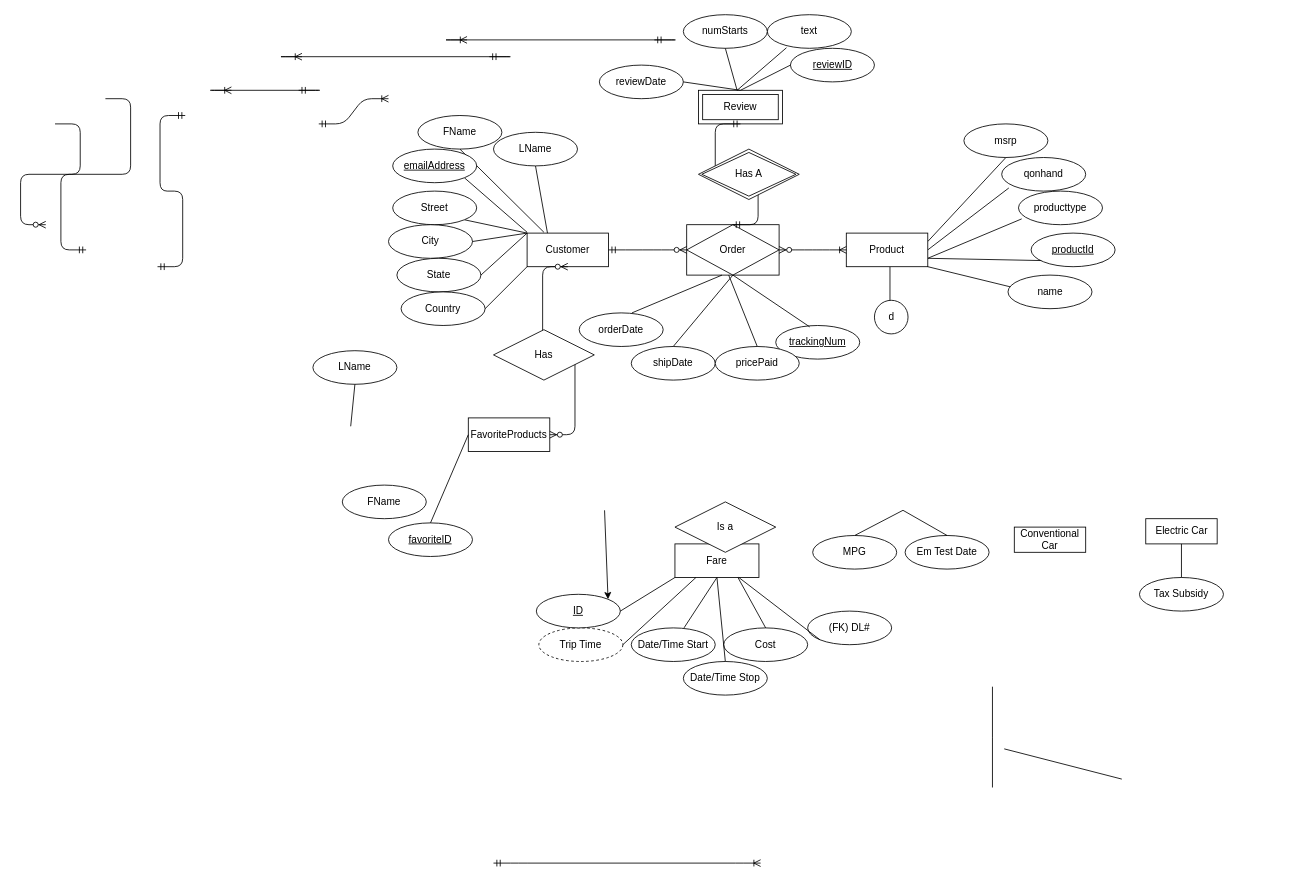
The draw.io diagram Quiz1_ERD.drawio in greermp/7212, before the edit. Source tidied: cells renumbered, new cells numbered last; positions are measured from the earlier drawing's top-left corner, leaving out a move shared by most shapes. Both pictures are drawn from the tidied source at 84%, with x=0, y=0 at pixel (45, 14).
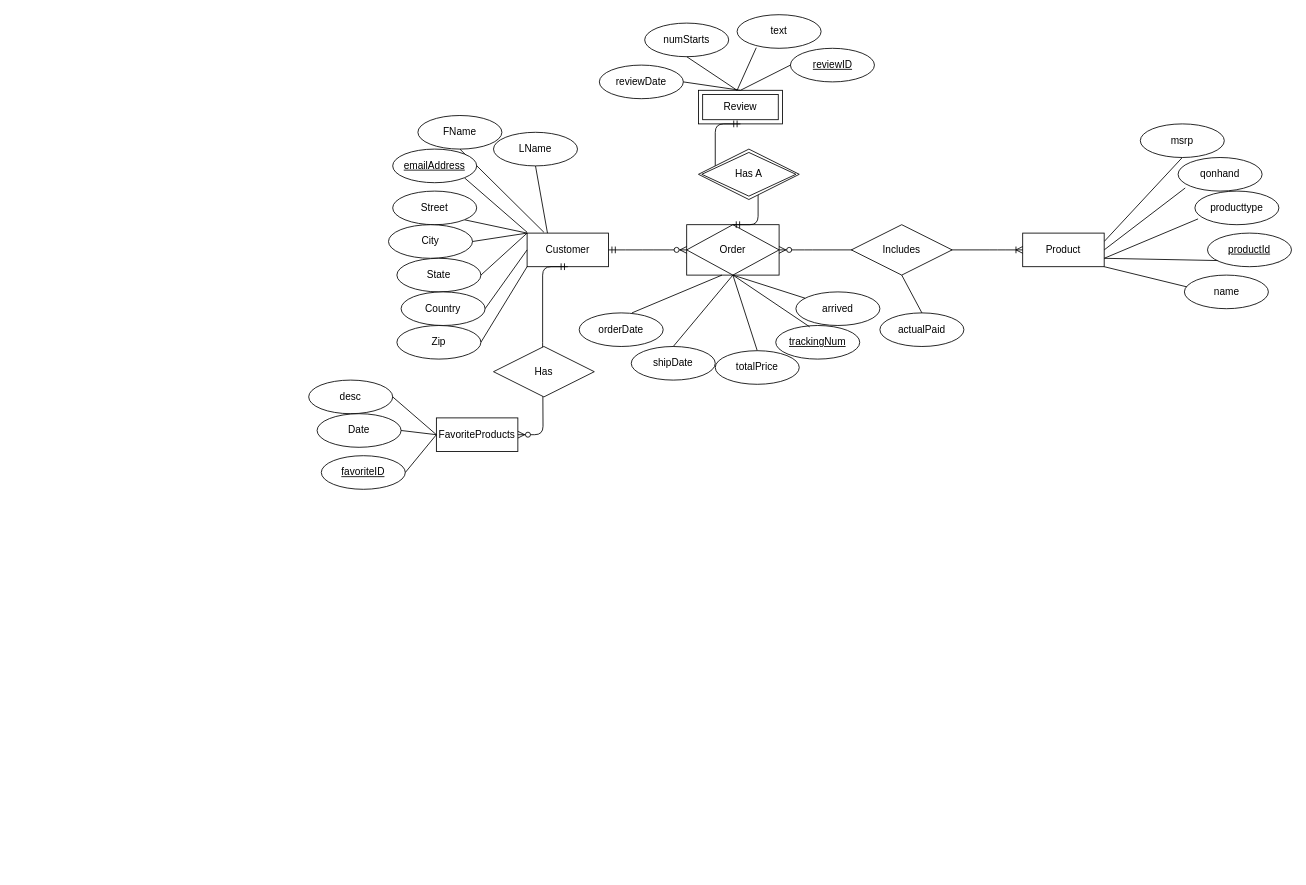
After the change.

Unchanged cells that the change refers to:
```xml
<mxCell id="18" value="Customer" style="whiteSpace=wrap;html=1;align=center;" parent="1" vertex="1">
  <mxGeometry x="573" y="260" width="97" height="40" as="geometry" />
</mxCell>
<mxCell id="51" value="Order" style="shape=associativeEntity;whiteSpace=wrap;html=1;align=center;" parent="1" vertex="1">
  <mxGeometry x="763" y="250" width="110" height="60" as="geometry" />
</mxCell>
<mxCell id="71" value="Country" style="ellipse;whiteSpace=wrap;html=1;align=center;" parent="1" vertex="1">
  <mxGeometry x="423" y="330" width="100" height="40" as="geometry" />
</mxCell>
```

Change to the diagram source:
```diff
@@
-    <mxCell id="3" value="Conventional Car" style="whiteSpace=wrap;html=1;align=center;" parent="1" vertex="1">
-      <mxGeometry x="1153" y="610" width="85" height="30" as="geometry" />
-    </mxCell>
-    <mxCell id="4" value="MPG" style="ellipse;whiteSpace=wrap;html=1;align=center;" parent="1" vertex="1">
-      <mxGeometry x="913" y="620" width="100" height="40" as="geometry" />
+    <mxCell id="4" value="actualPaid" style="ellipse;whiteSpace=wrap;html=1;align=center;" parent="1" vertex="1">
+      <mxGeometry x="993" y="355" width="100" height="40" as="geometry" />
     </mxCell>
-    <mxCell id="5" style="endArrow=none;html=1;entryX=0.5;entryY=1;entryDx=0;entryDy=0;exitX=0.5;exitY=0;exitDx=0;exitDy=0;" parent="1" edge="1" source="4">
-      <mxGeometry relative="1" as="geometry">
-        <mxPoint x="1020.5" y="590" as="targetPoint" />
-      </mxGeometry>
+    <mxCell id="5" style="endArrow=none;html=1;entryX=0.5;entryY=1;entryDx=0;entryDy=0;exitX=0.5;exitY=0;exitDx=0;exitDy=0;" parent="1" edge="1" source="4" target="97">
+      <mxGeometry relative="1" as="geometry" />
     </mxCell>
@@
     <mxCell id="8" style="endArrow=none;html=1;rounded=0;entryX=0.085;entryY=0.907;entryDx=0;entryDy=0;entryPerimeter=0;" parent="1" edge="1" target="12">
       <mxGeometry relative="1" as="geometry">
-        <mxPoint x="1050" y="280" as="sourcePoint" />
+        <mxPoint x="1260" y="280" as="sourcePoint" />
       </mxGeometry>
     </mxCell>
@@
     <mxCell id="10" value="productId" style="ellipse;whiteSpace=wrap;html=1;align=center;fontStyle=4;" parent="1" vertex="1">
-      <mxGeometry x="1173" y="260" width="100" height="40" as="geometry" />
+      <mxGeometry x="1383" y="260" width="100" height="40" as="geometry" />
     </mxCell>
     <mxCell id="11" value="producttype" style="ellipse;whiteSpace=wrap;html=1;align=center;" parent="1" vertex="1">
-      <mxGeometry x="1158" y="210" width="100" height="40" as="geometry" />
+      <mxGeometry x="1368" y="210" width="100" height="40" as="geometry" />
     </mxCell>
     <mxCell id="12" value="qonhand" style="ellipse;whiteSpace=wrap;html=1;align=center;" parent="1" vertex="1">
-      <mxGeometry x="1138" y="170" width="100" height="40" as="geometry" />
+      <mxGeometry x="1348" y="170" width="100" height="40" as="geometry" />
     </mxCell>
     <mxCell id="13" value="msrp" style="ellipse;whiteSpace=wrap;html=1;align=center;" parent="1" vertex="1">
-      <mxGeometry x="1093" y="130" width="100" height="40" as="geometry" />
+      <mxGeometry x="1303" y="130" width="100" height="40" as="geometry" />
     </mxCell>
-    <mxCell id="14" value="Em Test Date" style="ellipse;whiteSpace=wrap;html=1;align=center;" parent="1" vertex="1">
-      <mxGeometry x="1023" y="620" width="100" height="40" as="geometry" />
-    </mxCell>
-    <mxCell id="15" style="endArrow=none;html=1;entryX=0.5;entryY=1;entryDx=0;entryDy=0;exitX=0.5;exitY=0;exitDx=0;exitDy=0;" parent="1" edge="1" source="14">
-      <mxGeometry relative="1" as="geometry">
-        <mxPoint x="1020.5" y="590" as="targetPoint" />
-      </mxGeometry>
-    </mxCell>
@@
     <mxCell id="17" value="name" style="ellipse;whiteSpace=wrap;html=1;align=center;" parent="1" vertex="1">
-      <mxGeometry x="1145.5" y="310" width="100" height="40" as="geometry" />
+      <mxGeometry x="1355.5" y="310" width="100" height="40" as="geometry" />
     </mxCell>
@@
-    <mxCell id="19" style="edgeStyle=entityRelationEdgeStyle;fontSize=12;html=1;endArrow=ERoneToMany;startArrow=ERmandOne;exitX=0;exitY=0.5;exitDx=0;exitDy=0;entryX=1;entryY=0.5;entryDx=0;entryDy=0;" parent="1" edge="1" source="52">
-      <mxGeometry relative="1" as="geometry">
-        <mxPoint x="1040.5" y="280" as="targetPoint" />
-      </mxGeometry>
-    </mxCell>
@@
-    <mxCell id="28" value="Fare" style="whiteSpace=wrap;html=1;align=center;" parent="1" vertex="1">
-      <mxGeometry x="749" y="630" width="100" height="40" as="geometry" />
-    </mxCell>
-    <mxCell id="29" value="Date/Time Start" style="ellipse;whiteSpace=wrap;html=1;align=center;" parent="1" vertex="1">
-      <mxGeometry x="697" y="730" width="100" height="40" as="geometry" />
-    </mxCell>
-    <mxCell id="30" value="Date/Time Stop" style="ellipse;whiteSpace=wrap;html=1;align=center;" parent="1" vertex="1">
-      <mxGeometry x="759" y="770" width="100" height="40" as="geometry" />
-    </mxCell>
-    <mxCell id="31" value="LName" style="ellipse;whiteSpace=wrap;html=1;align=center;" parent="1" vertex="1">
-      <mxGeometry x="318" y="400" width="100" height="40" as="geometry" />
+    <mxCell id="31" value="desc" style="ellipse;whiteSpace=wrap;html=1;align=center;" parent="1" vertex="1">
+      <mxGeometry x="313" y="435" width="100" height="40" as="geometry" />
     </mxCell>
     <mxCell id="32" value="FavoriteProducts" style="whiteSpace=wrap;html=1;align=center;" parent="1" vertex="1">
-      <mxGeometry x="503" y="480" width="97" height="40" as="geometry" />
+      <mxGeometry x="465" y="480" width="97" height="40" as="geometry" />
     </mxCell>
-    <mxCell id="33" value="FName" style="ellipse;whiteSpace=wrap;html=1;align=center;" parent="1" vertex="1">
-      <mxGeometry x="353" y="560" width="100" height="40" as="geometry" />
+    <mxCell id="33" value="Date" style="ellipse;whiteSpace=wrap;html=1;align=center;" parent="1" vertex="1">
+      <mxGeometry x="323" y="475" width="100" height="40" as="geometry" />
     </mxCell>
-    <mxCell id="34" value="Cost" style="ellipse;whiteSpace=wrap;html=1;align=center;" parent="1" vertex="1">
-      <mxGeometry x="807" y="730" width="100" height="40" as="geometry" />
-    </mxCell>
     <mxCell id="35" value="&lt;u&gt;favoriteID&lt;/u&gt;" style="ellipse;whiteSpace=wrap;html=1;align=center;" parent="1" vertex="1">
-      <mxGeometry x="408" y="605" width="100" height="40" as="geometry" />
+      <mxGeometry x="328" y="525" width="100" height="40" as="geometry" />
     </mxCell>
-    <mxCell id="36" style="endArrow=none;html=1;rounded=0;strokeColor=#000000;exitX=0;exitY=0.5;exitDx=0;exitDy=0;" parent="1" edge="1" source="32">
-      <mxGeometry relative="1" as="geometry">
-        <mxPoint x="458" y="605" as="targetPoint" />
-      </mxGeometry>
+    <mxCell id="36" style="endArrow=none;html=1;rounded=0;strokeColor=#000000;exitX=0;exitY=0.5;exitDx=0;exitDy=0;entryX=1;entryY=0.5;entryDx=0;entryDy=0;" parent="1" edge="1" source="32" target="35">
+      <mxGeometry relative="1" as="geometry" />
     </mxCell>
-    <mxCell id="37" style="endArrow=none;html=1;rounded=0;strokeColor=#000000;exitX=0.5;exitY=0;exitDx=0;exitDy=0;entryX=0.5;entryY=1;entryDx=0;entryDy=0;" parent="1" edge="1" source="30" target="28">
-      <mxGeometry relative="1" as="geometry" />
-    </mxCell>
-    <mxCell id="38" style="endArrow=none;html=1;rounded=0;strokeColor=#000000;exitX=0.628;exitY=0;exitDx=0;exitDy=0;exitPerimeter=0;entryX=0.5;entryY=1;entryDx=0;entryDy=0;" parent="1" edge="1" source="29" target="28">
-      <mxGeometry relative="1" as="geometry" />
-    </mxCell>
-    <mxCell id="39" style="endArrow=none;html=1;rounded=0;strokeColor=#000000;entryX=0.5;entryY=0;entryDx=0;entryDy=0;exitX=0.75;exitY=1;exitDx=0;exitDy=0;" parent="1" edge="1" source="28" target="34">
-      <mxGeometry relative="1" as="geometry" />
-    </mxCell>
-    <mxCell id="40" value="Trip Time" style="ellipse;whiteSpace=wrap;html=1;align=center;dashed=1;" parent="1" vertex="1">
-      <mxGeometry x="587" y="730" width="100" height="40" as="geometry" />
-    </mxCell>
-    <mxCell id="41" style="endArrow=none;html=1;rounded=0;strokeColor=#000000;entryX=0.25;entryY=1;entryDx=0;entryDy=0;exitX=1;exitY=0.5;exitDx=0;exitDy=0;" parent="1" edge="1" source="40" target="28">
-      <mxGeometry relative="1" as="geometry" />
-    </mxCell>
-    <mxCell id="42" style="endArrow=none;html=1;" parent="1" edge="1">
-      <mxGeometry relative="1" as="geometry">
-        <mxPoint x="1005" y="360" as="sourcePoint" />
-        <mxPoint x="1005" y="300" as="targetPoint" />
-      </mxGeometry>
+    <mxCell id="42" style="endArrow=none;html=1;exitX=0.5;exitY=0;exitDx=0;exitDy=0;entryX=0.5;entryY=1;entryDx=0;entryDy=0;" parent="1" edge="1" source="96" target="51">
+      <mxGeometry relative="1" as="geometry" />
     </mxCell>
-    <mxCell id="43" value="d" style="ellipse;whiteSpace=wrap;html=1;" parent="1" vertex="1">
-      <mxGeometry x="986.5" y="340" width="40" height="40" as="geometry" />
-    </mxCell>
-    <mxCell id="44" value="Electric Car" style="whiteSpace=wrap;html=1;align=center;" parent="1" vertex="1">
-      <mxGeometry x="1309.5" y="600" width="85" height="30" as="geometry" />
-    </mxCell>
-    <mxCell id="45" value="Tax Subsidy" style="ellipse;whiteSpace=wrap;html=1;align=center;" parent="1" vertex="1">
-      <mxGeometry x="1302" y="670" width="100" height="40" as="geometry" />
-    </mxCell>
-    <mxCell id="46" style="endArrow=none;html=1;entryX=0.5;entryY=1;entryDx=0;entryDy=0;exitX=0.5;exitY=0;exitDx=0;exitDy=0;" parent="1" edge="1" source="45" target="44">
-      <mxGeometry relative="1" as="geometry" />
-    </mxCell>
-    <mxCell id="47" value="&lt;u&gt;ID&lt;/u&gt;" style="ellipse;whiteSpace=wrap;html=1;align=center;" parent="1" vertex="1">
-      <mxGeometry x="584" y="690" width="100" height="40" as="geometry" />
-    </mxCell>
-    <mxCell id="48" style="endArrow=none;html=1;rounded=0;strokeColor=#000000;exitX=0;exitY=1;exitDx=0;exitDy=0;entryX=1;entryY=0.5;entryDx=0;entryDy=0;" parent="1" edge="1" source="28" target="47">
-      <mxGeometry relative="1" as="geometry" />
-    </mxCell>
-    <mxCell id="49" value="(FK) DL#" style="ellipse;whiteSpace=wrap;html=1;align=center;" parent="1" vertex="1">
-      <mxGeometry x="907" y="710" width="100" height="40" as="geometry" />
-    </mxCell>
-    <mxCell id="50" style="endArrow=none;html=1;rounded=0;strokeColor=#000000;entryX=0;entryY=1;entryDx=0;entryDy=0;" parent="1" edge="1" source="28" target="49">
-      <mxGeometry relative="1" as="geometry" />
-    </mxCell>
@@
     <mxCell id="52" value="Product" style="whiteSpace=wrap;html=1;align=center;" parent="1" vertex="1">
-      <mxGeometry x="953" y="260" width="97" height="40" as="geometry" />
+      <mxGeometry x="1163" y="260" width="97" height="40" as="geometry" />
     </mxCell>
-    <mxCell id="53" value="Is a" style="shape=rhombus;perimeter=rhombusPerimeter;whiteSpace=wrap;html=1;align=center;" parent="1" vertex="1">
-      <mxGeometry x="749" y="580" width="120" height="60" as="geometry" />
-    </mxCell>
-    <mxCell id="54" style="endArrow=none;html=1;rounded=0;strokeColor=#000000;exitX=0.5;exitY=1;exitDx=0;exitDy=0;" parent="1" edge="1" source="31">
-      <mxGeometry relative="1" as="geometry">
-        <mxPoint x="363" y="490" as="targetPoint" />
-      </mxGeometry>
+    <mxCell id="54" style="endArrow=none;html=1;rounded=0;strokeColor=#000000;exitX=0;exitY=1;exitDx=0;exitDy=0;entryX=1;entryY=0.5;entryDx=0;entryDy=0;" parent="1" edge="1" source="18" target="95">
+      <mxGeometry relative="1" as="geometry" />
     </mxCell>
-    <mxCell id="55" style="endArrow=classic;html=1;entryX=1;entryY=0;entryDx=0;entryDy=0;exitX=0.712;exitY=1.101;exitDx=0;exitDy=0;exitPerimeter=0;" parent="1" edge="1" target="47">
-      <mxGeometry relative="1" as="geometry">
-        <mxPoint x="665.2" y="590" as="sourcePoint" />
-      </mxGeometry>
-    </mxCell>
-    <mxCell id="56" style="edgeStyle=entityRelationEdgeStyle;fontSize=12;html=1;endArrow=ERoneToMany;startArrow=ERmandOne;exitX=0;exitY=0.5;exitDx=0;exitDy=0;entryX=1;entryY=0.5;entryDx=0;entryDy=0;" parent="1" edge="1">
-      <mxGeometry relative="1" as="geometry">
-        <mxPoint x="528" y="50" as="sourcePoint" />
-        <mxPoint x="305" y="50" as="targetPoint" />
-      </mxGeometry>
-    </mxCell>
-    <mxCell id="57" style="edgeStyle=entityRelationEdgeStyle;fontSize=12;html=1;endArrow=ERoneToMany;startArrow=ERmandOne;exitX=1;exitY=0.5;exitDx=0;exitDy=0;" parent="1" edge="1">
-      <mxGeometry relative="1" as="geometry">
-        <mxPoint x="325" y="130" as="sourcePoint" />
-        <mxPoint x="408" y="100" as="targetPoint" />
-      </mxGeometry>
-    </mxCell>
-    <mxCell id="58" style="edgeStyle=entityRelationEdgeStyle;fontSize=12;html=1;endArrow=ERoneToMany;startArrow=ERmandOne;exitX=0;exitY=0.5;exitDx=0;exitDy=0;entryX=1;entryY=0.5;entryDx=0;entryDy=0;" parent="1" edge="1">
-      <mxGeometry relative="1" as="geometry">
-        <mxPoint x="724.5" y="30" as="sourcePoint" />
-        <mxPoint x="501.5" y="30" as="targetPoint" />
-      </mxGeometry>
-    </mxCell>
-    <mxCell id="59" style="edgeStyle=entityRelationEdgeStyle;fontSize=12;html=1;endArrow=ERoneToMany;startArrow=ERmandOne;exitX=0;exitY=0.5;exitDx=0;exitDy=0;entryX=1;entryY=0.5;entryDx=0;entryDy=0;" parent="1" edge="1">
-      <mxGeometry relative="1" as="geometry">
-        <mxPoint x="301" y="90" as="sourcePoint" />
-        <mxPoint x="221" y="90" as="targetPoint" />
-      </mxGeometry>
-    </mxCell>
-    <mxCell id="60" style="edgeStyle=entityRelationEdgeStyle;fontSize=12;html=1;endArrow=ERmandOne;startArrow=ERmandOne;entryX=0.5;entryY=1;entryDx=0;entryDy=0;exitX=0.5;exitY=0;exitDx=0;exitDy=0;" parent="1" edge="1">
-      <mxGeometry relative="1" as="geometry">
-        <mxPoint x="133" y="300" as="sourcePoint" />
-        <mxPoint x="166" y="120" as="targetPoint" />
-      </mxGeometry>
-    </mxCell>
-    <mxCell id="61" style="edgeStyle=entityRelationEdgeStyle;fontSize=12;html=1;endArrow=ERzeroToMany;endFill=1;exitX=0.5;exitY=1;exitDx=0;exitDy=0;" parent="1" edge="1">
-      <mxGeometry relative="1" as="geometry">
-        <mxPoint x="11" y="130" as="sourcePoint" />
-        <mxPoint y="250" as="targetPoint" />
-      </mxGeometry>
-    </mxCell>
-    <mxCell id="62" style="edgeStyle=entityRelationEdgeStyle;fontSize=12;html=1;endArrow=ERmandOne;entryX=1;entryY=0.75;entryDx=0;entryDy=0;" parent="1" edge="1">
-      <mxGeometry relative="1" as="geometry">
-        <mxPoint x="71" y="100" as="sourcePoint" />
-        <mxPoint x="48" y="280" as="targetPoint" />
-      </mxGeometry>
-    </mxCell>
-    <mxCell id="63" style="edgeStyle=entityRelationEdgeStyle;fontSize=12;html=1;endArrow=ERoneToMany;startArrow=ERmandOne;strokeColor=#000000;exitX=1;exitY=0.5;exitDx=0;exitDy=0;" parent="1" edge="1">
-      <mxGeometry relative="1" as="geometry">
-        <mxPoint x="533" y="1010" as="sourcePoint" />
-        <mxPoint x="851" y="1010" as="targetPoint" />
-      </mxGeometry>
-    </mxCell>
-    <mxCell id="64" style="endArrow=none;html=1;" parent="1" edge="1">
-      <mxGeometry relative="1" as="geometry">
-        <mxPoint x="1127" y="860" as="sourcePoint" />
-        <mxPoint x="1127" y="800" as="targetPoint" />
-      </mxGeometry>
-    </mxCell>
-    <mxCell id="65" style="endArrow=none;html=1;" parent="1" edge="1">
-      <mxGeometry relative="1" as="geometry">
-        <mxPoint x="1127" y="920" as="sourcePoint" />
-        <mxPoint x="1127" y="860" as="targetPoint" />
-      </mxGeometry>
-    </mxCell>
-    <mxCell id="66" style="endArrow=none;html=1;entryX=0.5;entryY=0;entryDx=0;entryDy=0;" parent="1" edge="1">
-      <mxGeometry relative="1" as="geometry">
-        <mxPoint x="1141" y="874" as="sourcePoint" />
-        <mxPoint x="1281" y="910" as="targetPoint" />
-      </mxGeometry>
-    </mxCell>
@@
-    <mxCell id="72" style="endArrow=none;html=1;rounded=0;entryX=1;entryY=0.5;entryDx=0;entryDy=0;exitX=0;exitY=1;exitDx=0;exitDy=0;" parent="1" edge="1" source="18" target="71">
+    <mxCell id="72" style="endArrow=none;html=1;rounded=0;entryX=1;entryY=0.5;entryDx=0;entryDy=0;exitX=0;exitY=0.5;exitDx=0;exitDy=0;" parent="1" edge="1" source="18" target="71">
       <mxGeometry relative="1" as="geometry" />
     </mxCell>
@@
-    <mxCell id="80" value="pricePaid" style="ellipse;whiteSpace=wrap;html=1;align=center;" parent="1" vertex="1">
-      <mxGeometry x="797" y="395" width="100" height="40" as="geometry" />
-    </mxCell>
-    <mxCell id="81" style="endArrow=none;html=1;rounded=0;strokeColor=#000000;entryX=0.5;entryY=0;entryDx=0;entryDy=0;" parent="1" edge="1" target="80">
-      <mxGeometry relative="1" as="geometry">
-        <mxPoint x="813" y="310" as="sourcePoint" />
-      </mxGeometry>
-    </mxCell>
@@
     <mxCell id="83" value="text" style="ellipse;whiteSpace=wrap;html=1;align=center;" parent="1" vertex="1">
-      <mxGeometry x="859" width="100" height="40" as="geometry" />
+      <mxGeometry x="823" width="100" height="40" as="geometry" />
     </mxCell>
     <mxCell id="84" value="numStarts" style="ellipse;whiteSpace=wrap;html=1;align=center;" parent="1" vertex="1">
-      <mxGeometry x="759" width="100" height="40" as="geometry" />
+      <mxGeometry x="713" y="10" width="100" height="40" as="geometry" />
     </mxCell>
@@
-    <mxCell id="91" style="edgeStyle=entityRelationEdgeStyle;fontSize=12;html=1;endArrow=ERzeroToMany;endFill=1;startArrow=ERzeroToMany;exitX=1;exitY=0.5;exitDx=0;exitDy=0;entryX=0.5;entryY=1;entryDx=0;entryDy=0;" parent="1" edge="1" source="32" target="18">
-      <mxGeometry relative="1" as="geometry" />
-    </mxCell>
-    <mxCell id="92" value="Has" style="shape=rhombus;perimeter=rhombusPerimeter;whiteSpace=wrap;html=1;align=center;" parent="1" vertex="1">
-      <mxGeometry x="533" y="375" width="120" height="60" as="geometry" />
-    </mxCell>
@@
+    <mxCell id="95" value="Zip" style="ellipse;whiteSpace=wrap;html=1;align=center;" parent="1" vertex="1">
+      <mxGeometry x="418" y="370" width="100" height="40" as="geometry" />
+    </mxCell>
+    <mxCell id="96" value="totalPrice" style="ellipse;whiteSpace=wrap;html=1;align=center;" parent="1" vertex="1">
+      <mxGeometry x="797" y="400" width="100" height="40" as="geometry" />
+    </mxCell>
+    <mxCell id="97" value="Includes" style="shape=rhombus;perimeter=rhombusPerimeter;whiteSpace=wrap;html=1;align=center;" parent="1" vertex="1">
+      <mxGeometry x="959" y="250" width="120" height="60" as="geometry" />
+    </mxCell>
+    <mxCell id="98" style="endArrow=none;html=1;rounded=0;strokeColor=#000000;entryX=1;entryY=0.5;entryDx=0;entryDy=0;" parent="1" edge="1" target="33">
+      <mxGeometry relative="1" as="geometry">
+        <mxPoint x="465" y="500" as="sourcePoint" />
+      </mxGeometry>
+    </mxCell>
+    <mxCell id="99" style="endArrow=none;html=1;rounded=0;strokeColor=#000000;entryX=1;entryY=0.5;entryDx=0;entryDy=0;exitX=0;exitY=0.5;exitDx=0;exitDy=0;" parent="1" edge="1" source="32" target="31">
+      <mxGeometry relative="1" as="geometry" />
+    </mxCell>
+    <mxCell id="100" value="arrived" style="ellipse;whiteSpace=wrap;html=1;align=center;" parent="1" vertex="1">
+      <mxGeometry x="893" y="330" width="100" height="40" as="geometry" />
+    </mxCell>
+    <mxCell id="101" style="endArrow=none;html=1;rounded=0;strokeColor=#000000;exitX=0.5;exitY=1;exitDx=0;exitDy=0;" parent="1" edge="1" source="51" target="100">
+      <mxGeometry relative="1" as="geometry" />
+    </mxCell>
+    <mxCell id="102" style="edgeStyle=entityRelationEdgeStyle;fontSize=12;html=1;endArrow=ERzeroToMany;startArrow=ERmandOne;entryX=1;entryY=0.5;entryDx=0;entryDy=0;exitX=0.5;exitY=1;exitDx=0;exitDy=0;" parent="1" edge="1" source="18" target="32">
+      <mxGeometry relative="1" as="geometry" />
+    </mxCell>
+    <mxCell id="92" value="Has" style="shape=rhombus;perimeter=rhombusPerimeter;whiteSpace=wrap;html=1;align=center;" parent="1" vertex="1">
+      <mxGeometry x="533" y="395" width="120" height="60" as="geometry" />
+    </mxCell>
```
